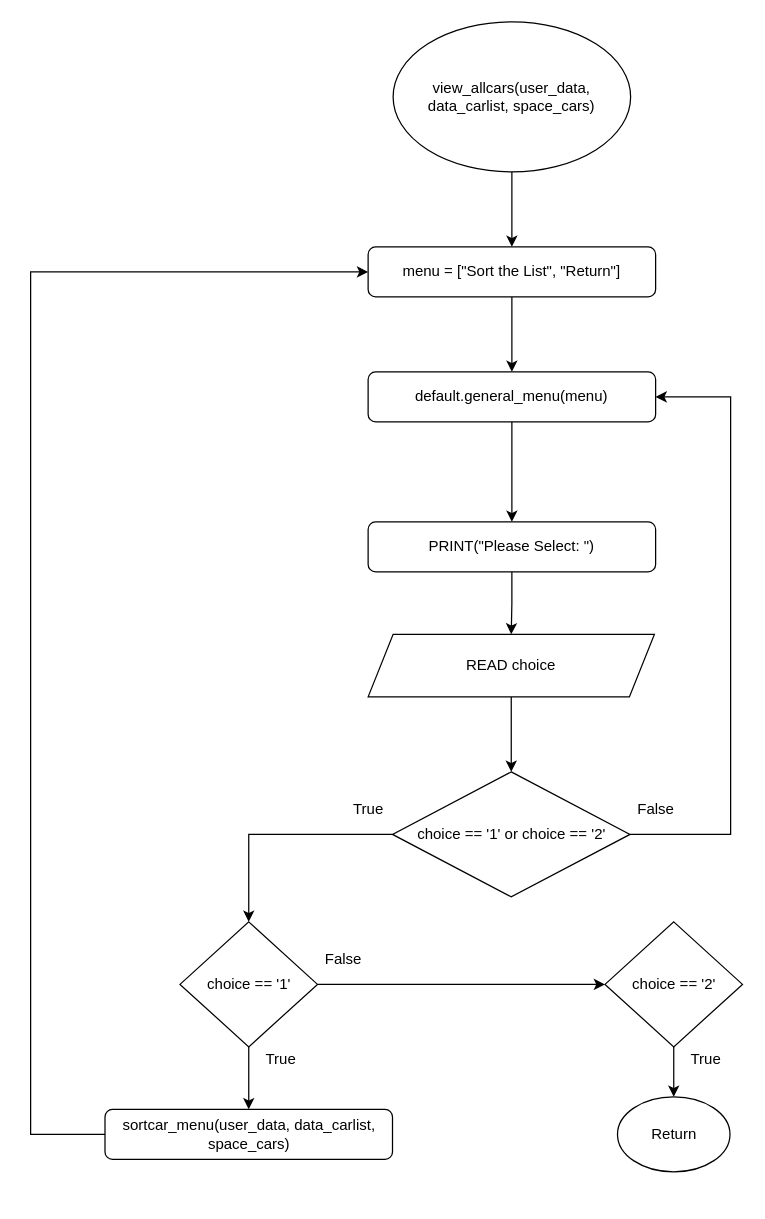
Before: Flowchart/clients/view_allcars.drawio in RabbitBear00/Car-Rental-System, a draw.io diagram. Source tidied: cells renumbered, new cells numbered last; positions are measured from the earlier drawing's top-left corner, leaving out a move shared by most shapes. Both pictures are drawn from the tidied source at 125%, with x=0, y=0 at pixel (30, 21).
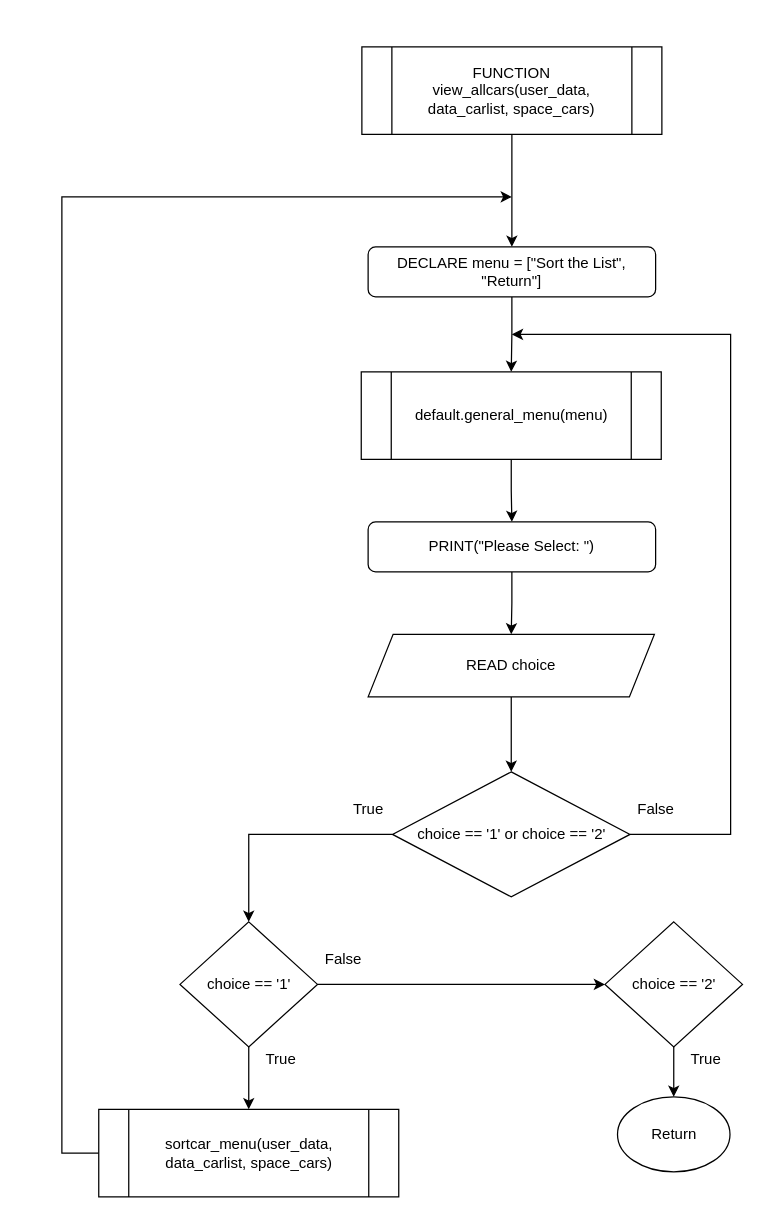
The same diagram, later.

The change refers to these unchanged cells:
```xml
<mxCell id="9" value="PRINT(&quot;Please Select: &quot;)" style="rounded=1;whiteSpace=wrap;html=1;" parent="1" vertex="1">
  <mxGeometry x="270" y="400" width="230" height="40" as="geometry" />
</mxCell>
<mxCell id="14" value="choice == '1' or choice == '2'" style="rhombus;whiteSpace=wrap;html=1;" parent="1" vertex="1">
  <mxGeometry x="289.5" y="600" width="190" height="100" as="geometry" />
</mxCell>
<mxCell id="17" value="choice == '1'" style="rhombus;whiteSpace=wrap;html=1;" parent="1" vertex="1">
  <mxGeometry x="119.5" y="720" width="110" height="100" as="geometry" />
</mxCell>
<mxCell id="19" value="choice == '2'" style="rhombus;whiteSpace=wrap;html=1;" parent="1" vertex="1">
  <mxGeometry x="459.5" y="720" width="110" height="100" as="geometry" />
</mxCell>
```

The edit, as a diff of the source:
```diff
@@
-    <mxCell id="2" style="edgeStyle=orthogonalEdgeStyle;rounded=0;jettySize=auto;html=1;" parent="1" edge="1" source="3" target="5">
-      <mxGeometry relative="1" as="geometry" />
-    </mxCell>
-    <mxCell id="3" value="view_allcars(user_data, data_carlist, space_cars)" style="ellipse;whiteSpace=wrap;html=1;" parent="1" vertex="1">
-      <mxGeometry x="290" width="190" height="120" as="geometry" />
-    </mxCell>
-    <mxCell id="4" style="edgeStyle=orthogonalEdgeStyle;rounded=0;jettySize=auto;html=1;" parent="1" edge="1" source="5" target="7">
+    <mxCell id="4" style="edgeStyle=orthogonalEdgeStyle;rounded=0;jettySize=auto;html=1;endArrow=classic;endFill=1;" parent="1" edge="1" source="5" target="7">
       <mxGeometry relative="1" as="geometry" />
     </mxCell>
-    <mxCell id="5" value="menu = [&quot;Sort the List&quot;, &quot;Return&quot;]" style="rounded=1;whiteSpace=wrap;html=1;" parent="1" vertex="1">
+    <mxCell id="5" value="DECLARE menu = [&quot;Sort the List&quot;, &quot;Return&quot;]" style="rounded=1;whiteSpace=wrap;html=1;" parent="1" vertex="1">
       <mxGeometry x="270" y="180" width="230" height="40" as="geometry" />
     </mxCell>
-    <mxCell id="6" style="edgeStyle=orthogonalEdgeStyle;rounded=0;jettySize=auto;html=1;" parent="1" edge="1" source="7" target="9">
-      <mxGeometry relative="1" as="geometry" />
-    </mxCell>
-    <mxCell id="7" value="default.general_menu(menu)" style="rounded=1;whiteSpace=wrap;html=1;" parent="1" vertex="1">
-      <mxGeometry x="270" y="280" width="230" height="40" as="geometry" />
-    </mxCell>
@@
-    <mxCell id="12" style="edgeStyle=orthogonalEdgeStyle;rounded=0;jettySize=auto;html=1;entryX=1;entryY=0.5;entryDx=0;entryDy=0;" parent="1" edge="1" source="14" target="7">
+    <mxCell id="12" style="edgeStyle=orthogonalEdgeStyle;rounded=0;jettySize=auto;html=1;" parent="1" edge="1" source="14">
       <mxGeometry relative="1" as="geometry">
+        <mxPoint x="385" y="250" as="targetPoint" />
         <Array as="points">
           <mxPoint x="560" y="650" />
-          <mxPoint x="560" y="300" />
+          <mxPoint x="560" y="250" />
         </Array>
       </mxGeometry>
     </mxCell>
@@
+    <mxCell id="16" style="edgeStyle=orthogonalEdgeStyle;rounded=0;jettySize=auto;html=1;entryX=0;entryY=0.5;entryDx=0;entryDy=0;" parent="1" edge="1" source="17" target="19">
+      <mxGeometry relative="1" as="geometry" />
+    </mxCell>
-    <mxCell id="15" style="edgeStyle=orthogonalEdgeStyle;rounded=0;jettySize=auto;html=1;" parent="1" edge="1" source="17" target="21">
+    <mxCell id="15" style="edgeStyle=orthogonalEdgeStyle;rounded=0;jettySize=auto;html=1;endArrow=classic;endFill=1;" parent="1" edge="1" source="17" target="21">
       <mxGeometry relative="1" as="geometry" />
     </mxCell>
-    <mxCell id="16" style="edgeStyle=orthogonalEdgeStyle;rounded=0;jettySize=auto;html=1;entryX=0;entryY=0.5;entryDx=0;entryDy=0;" parent="1" edge="1" source="17" target="19">
-      <mxGeometry relative="1" as="geometry" />
-    </mxCell>
@@
-    <mxCell id="20" style="edgeStyle=orthogonalEdgeStyle;rounded=0;jettySize=auto;html=1;entryX=0;entryY=0.5;entryDx=0;entryDy=0;" parent="1" edge="1" source="21" target="5">
-      <mxGeometry relative="1" as="geometry">
-        <Array as="points">
-          <mxPoint y="890" />
-          <mxPoint y="200" />
-        </Array>
-      </mxGeometry>
-    </mxCell>
-    <mxCell id="21" value="sortcar_menu(user_data, data_carlist, space_cars)" style="rounded=1;whiteSpace=wrap;html=1;" parent="1" vertex="1">
-      <mxGeometry x="59.5" y="870" width="230" height="40" as="geometry" />
-    </mxCell>
@@
+    <mxCell id="6" style="edgeStyle=orthogonalEdgeStyle;rounded=0;jettySize=auto;html=1;endArrow=classic;endFill=1;" parent="1" edge="1" source="7" target="9">
+      <mxGeometry relative="1" as="geometry" />
+    </mxCell>
+    <mxCell id="7" value="default.general_menu(menu)" style="shape=process;whiteSpace=wrap;html=1;backgroundOutline=1;" parent="1" vertex="1">
+      <mxGeometry x="264.5" y="280" width="240" height="70" as="geometry" />
+    </mxCell>
+    <mxCell id="28" style="edgeStyle=orthogonalEdgeStyle;rounded=0;orthogonalLoop=1;jettySize=auto;html=1;endArrow=classic;endFill=1;" parent="1" edge="1">
+      <mxGeometry relative="1" as="geometry">
+        <mxPoint x="59.5" y="905" as="sourcePoint" />
+        <mxPoint x="385" y="140" as="targetPoint" />
+        <Array as="points">
+          <mxPoint x="25" y="905" />
+          <mxPoint x="25" y="140" />
+        </Array>
+      </mxGeometry>
+    </mxCell>
+    <mxCell id="21" value="sortcar_menu(user_data, data_carlist, space_cars)" style="shape=process;whiteSpace=wrap;html=1;backgroundOutline=1;" parent="1" vertex="1">
+      <mxGeometry x="54.5" y="870" width="240" height="70" as="geometry" />
+    </mxCell>
+    <mxCell id="29" style="edgeStyle=orthogonalEdgeStyle;rounded=0;jettySize=auto;html=1;endArrow=classic;endFill=1;" parent="1" edge="1" source="30" target="5">
+      <mxGeometry relative="1" as="geometry" />
+    </mxCell>
+    <mxCell id="30" value="FUNCTION view_allcars(user_data, data_carlist, space_cars)" style="shape=process;whiteSpace=wrap;html=1;backgroundOutline=1;" parent="1" vertex="1">
+      <mxGeometry x="265" y="20" width="240" height="70" as="geometry" />
+    </mxCell>
```
